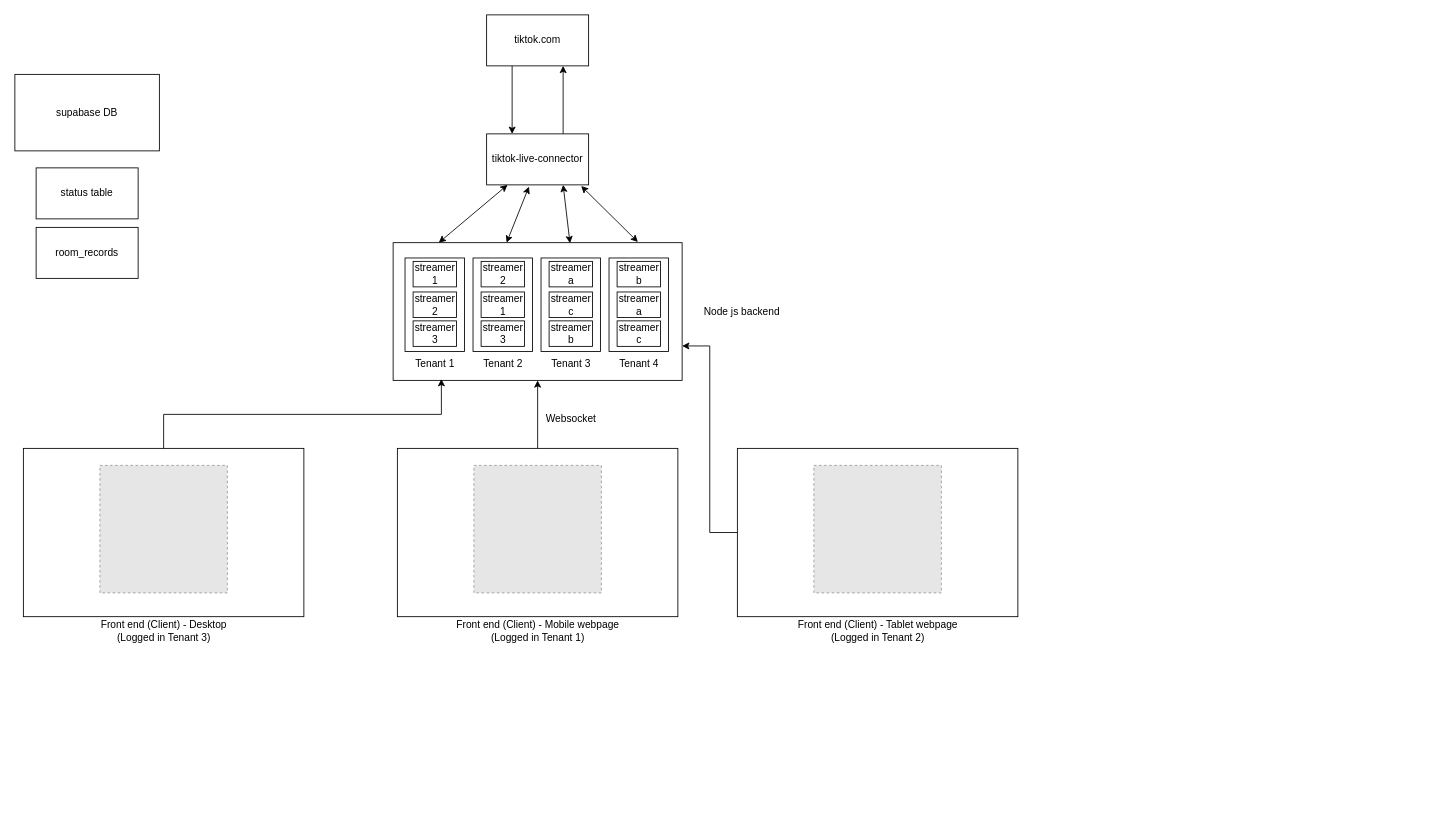
Earlier version of the draw.io diagram tiktok_live_room_manager.drawio (seongkah/draw.io). Source tidied: cells renumbered, new cells numbered last; positions are measured from the earlier drawing's top-left corner, leaving out a move shared by most shapes. Both pictures are drawn from the tidied source at 85%, with x=0, y=0 at pixel (14, 14). Pictures stored in the file or linked from it are replaced by grey dashed boxes.
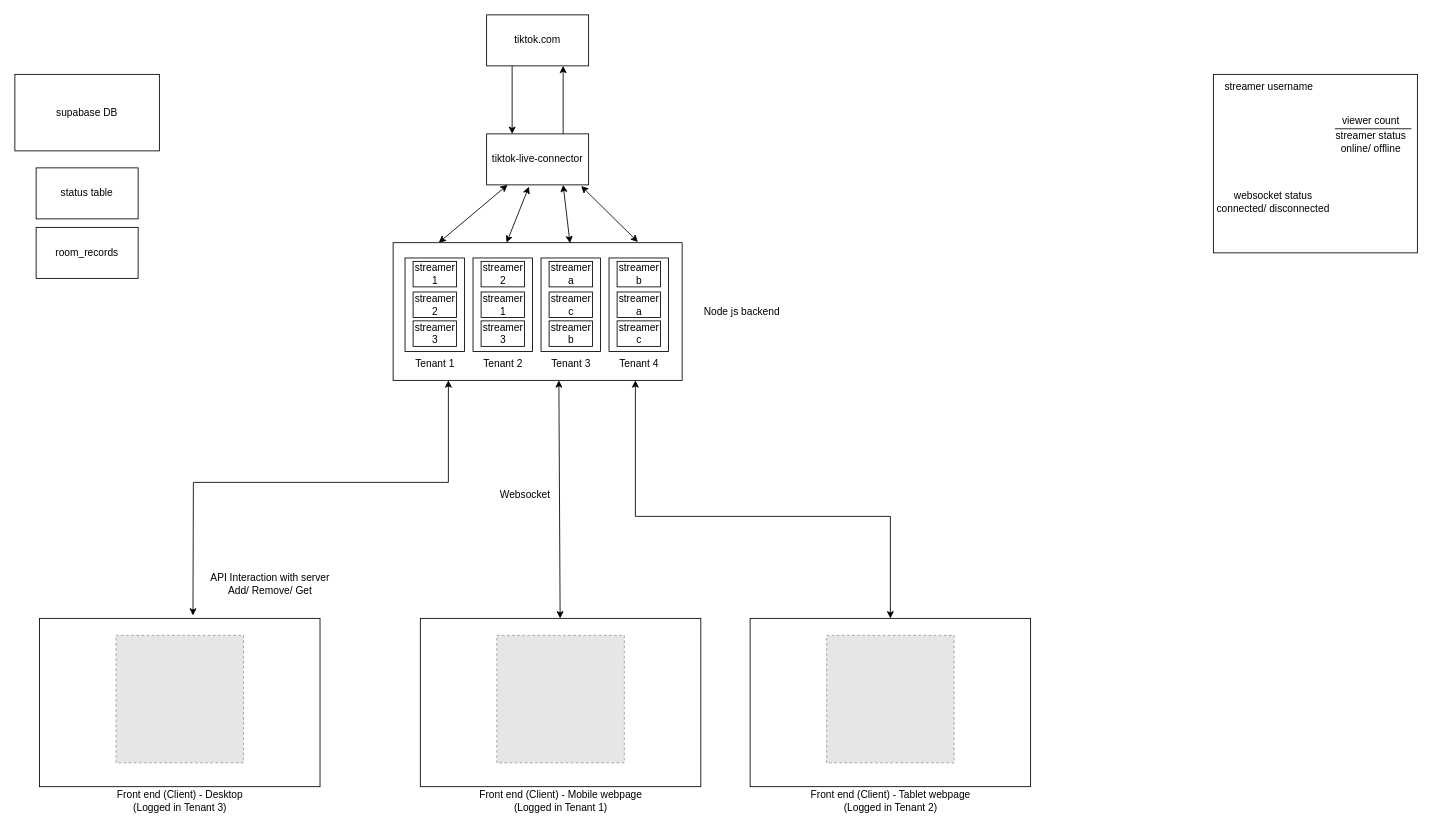
The same diagram, later.

Unchanged cells that the change refers to:
```xml
<mxCell id="2" style="rounded=0;whiteSpace=wrap;html=1;" parent="1" vertex="1">
  <mxGeometry x="445" y="268" width="340" height="162" as="geometry" />
</mxCell>
```

What changed in the source:
```diff
@@
-    <mxCell id="3" style="edgeStyle=orthogonalEdgeStyle;rounded=0;jettySize=auto;html=1;" parent="1" edge="1" source="4" target="2">
-      <mxGeometry relative="1" as="geometry" />
-    </mxCell>
     <mxCell id="4" style="rounded=0;whiteSpace=wrap;html=1;" parent="1" vertex="1">
-      <mxGeometry x="450" y="510" width="330" height="198" as="geometry" />
+      <mxGeometry x="477" y="710" width="330" height="198" as="geometry" />
     </mxCell>
@@
     <mxCell id="7" value="Front end (Client) - Mobile webpage&lt;br&gt;(Logged in Tenant 1)" style="text;html=1;align=center;verticalAlign=middle;strokeColor=none;fillColor=none;" parent="1" vertex="1">
-      <mxGeometry x="510" y="705" width="210" height="40" as="geometry" />
+      <mxGeometry x="537" y="905" width="210" height="40" as="geometry" />
     </mxCell>
@@
     <mxCell id="14" value="Websocket" style="text;html=1;align=center;verticalAlign=middle;strokeColor=none;fillColor=none;" parent="1" vertex="1">
-      <mxGeometry x="614" y="460" width="80" height="30" as="geometry" />
+      <mxGeometry x="560" y="550" width="80" height="30" as="geometry" />
     </mxCell>
@@
     <mxCell id="36" style="fillColor=#E6E6E6;strokeColor=#999999;dashed=1;html=1;verticalAlign=top;verticalLabelPosition=bottom;labelBackgroundColor=#ffffff;" parent="1" vertex="1">
-      <mxGeometry x="540" y="530" width="150" height="150" as="geometry" />
+      <mxGeometry x="567" y="730" width="150" height="150" as="geometry" />
     </mxCell>
-    <mxCell id="37" style="edgeStyle=orthogonalEdgeStyle;rounded=0;jettySize=auto;html=1;entryX=1;entryY=0.75;entryDx=0;entryDy=0;" parent="1" edge="1" source="38" target="2">
-      <mxGeometry relative="1" as="geometry" />
-    </mxCell>
     <mxCell id="38" style="rounded=0;whiteSpace=wrap;html=1;" parent="1" vertex="1">
-      <mxGeometry x="850" y="510" width="330" height="198" as="geometry" />
+      <mxGeometry x="865" y="710" width="330" height="198" as="geometry" />
     </mxCell>
     <mxCell id="39" value="Front end (Client) - Tablet webpage&lt;br&gt;(Logged in Tenant 2)" style="text;html=1;align=center;verticalAlign=middle;strokeColor=none;fillColor=none;" parent="1" vertex="1">
-      <mxGeometry x="910" y="705" width="210" height="40" as="geometry" />
+      <mxGeometry x="925" y="905" width="210" height="40" as="geometry" />
     </mxCell>
     <mxCell id="40" style="fillColor=#E6E6E6;strokeColor=#999999;dashed=1;html=1;verticalAlign=top;verticalLabelPosition=bottom;labelBackgroundColor=#ffffff;" parent="1" vertex="1">
-      <mxGeometry x="940" y="530" width="150" height="150" as="geometry" />
+      <mxGeometry x="955" y="730" width="150" height="150" as="geometry" />
     </mxCell>
     <mxCell id="41" style="rounded=0;whiteSpace=wrap;html=1;" parent="1" vertex="1">
-      <mxGeometry x="10" y="510" width="330" height="198" as="geometry" />
+      <mxGeometry x="29" y="710" width="330" height="198" as="geometry" />
     </mxCell>
     <mxCell id="42" value="Front end (Client) - Desktop&lt;br&gt;(Logged in Tenant 3)" style="text;html=1;align=center;verticalAlign=middle;strokeColor=none;fillColor=none;" parent="1" vertex="1">
-      <mxGeometry x="90" y="705" width="170" height="40" as="geometry" />
+      <mxGeometry x="109" y="905" width="170" height="40" as="geometry" />
     </mxCell>
     <mxCell id="43" style="fillColor=#E6E6E6;strokeColor=#999999;dashed=1;html=1;verticalAlign=top;verticalLabelPosition=bottom;labelBackgroundColor=#ffffff;" parent="1" vertex="1">
-      <mxGeometry x="100" y="530" width="150" height="150" as="geometry" />
+      <mxGeometry x="119" y="730" width="150" height="150" as="geometry" />
     </mxCell>
@@
-    <mxCell id="45" style="edgeStyle=orthogonalEdgeStyle;rounded=0;jettySize=auto;html=1;exitX=0.5;exitY=0;exitDx=0;exitDy=0;entryX=0.167;entryY=0.99;entryDx=0;entryDy=0;entryPerimeter=0;" parent="1" edge="1" source="41" target="2">
-      <mxGeometry relative="1" as="geometry" />
-    </mxCell>
@@
+    <mxCell id="48" style="whiteSpace=wrap;html=1;" parent="1" vertex="1">
+      <mxGeometry x="1410" y="70" width="240" height="210" as="geometry" />
+    </mxCell>
+    <mxCell id="49" value="streamer username" style="text;html=1;align=center;verticalAlign=middle;strokeColor=none;fillColor=none;" parent="1" vertex="1">
+      <mxGeometry x="1410" y="70" width="130" height="30" as="geometry" />
+    </mxCell>
+    <mxCell id="50" value="viewer count" style="text;html=1;align=center;verticalAlign=middle;strokeColor=none;fillColor=none;" parent="1" vertex="1">
+      <mxGeometry x="1550" y="110" width="90" height="30" as="geometry" />
+    </mxCell>
+    <mxCell id="51" value="websocket status&lt;br&gt;connected/ disconnected" style="text;html=1;align=center;verticalAlign=middle;strokeColor=none;fillColor=none;" parent="1" vertex="1">
+      <mxGeometry x="1400" y="200" width="160" height="40" as="geometry" />
+    </mxCell>
+    <mxCell id="52" value="streamer status&lt;br&gt;online/ offline" style="text;html=1;align=center;verticalAlign=middle;strokeColor=none;fillColor=none;" parent="1" vertex="1">
+      <mxGeometry x="1540" y="130" width="110" height="40" as="geometry" />
+    </mxCell>
+    <mxCell id="53" style="endArrow=none;html=1;rounded=0;" parent="1" edge="1">
+      <mxGeometry relative="1" as="geometry">
+        <mxPoint x="1643" y="134" as="sourcePoint" />
+        <mxPoint x="1553" y="134" as="targetPoint" />
+      </mxGeometry>
+    </mxCell>
+    <mxCell id="54" style="endArrow=classic;startArrow=classic;html=1;rounded=0;exitX=0.5;exitY=0;exitDx=0;exitDy=0;" parent="1" edge="1" source="38">
+      <mxGeometry relative="1" as="geometry">
+        <mxPoint x="730" y="430" as="targetPoint" />
+        <Array as="points">
+          <mxPoint x="1030" y="590" />
+          <mxPoint x="730" y="590" />
+        </Array>
+      </mxGeometry>
+    </mxCell>
+    <mxCell id="55" style="endArrow=classic;startArrow=classic;html=1;rounded=0;exitX=0.547;exitY=-0.017;exitDx=0;exitDy=0;exitPerimeter=0;" parent="1" edge="1" source="41">
+      <mxGeometry relative="1" as="geometry">
+        <mxPoint x="510" y="430" as="targetPoint" />
+        <Array as="points">
+          <mxPoint x="210" y="550" />
+          <mxPoint x="510" y="550" />
+        </Array>
+      </mxGeometry>
+    </mxCell>
+    <mxCell id="56" style="endArrow=classic;startArrow=classic;html=1;rounded=0;" parent="1" edge="1" source="4">
+      <mxGeometry relative="1" as="geometry">
+        <mxPoint x="640" y="430" as="targetPoint" />
+      </mxGeometry>
+    </mxCell>
+    <mxCell id="57" value="API Interaction with server&lt;br&gt;Add/ Remove/ Get" style="text;html=1;align=center;verticalAlign=middle;strokeColor=none;fillColor=none;" parent="1" vertex="1">
+      <mxGeometry x="220" y="650" width="160" height="40" as="geometry" />
+    </mxCell>
```
